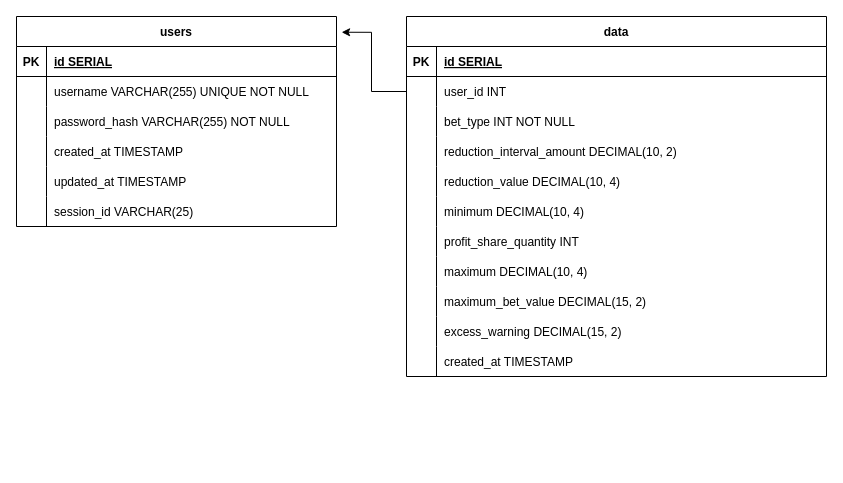
This is Untitled Diagram.drawio from wayneGoCode/drawio-diagrams, a draw.io file, before an edit. Source tidied: cells renumbered, new cells numbered last; positions are measured from the earlier drawing's top-left corner, leaving out a move shared by most shapes. Both pictures are drawn from the tidied source at 100%, with x=0, y=0 at pixel (16, 16).
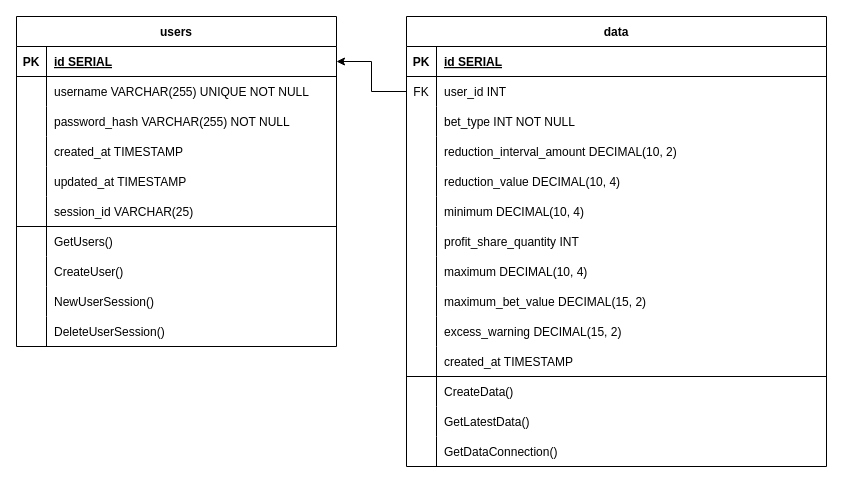
Above is the later version.

The change refers to these unchanged cells:
```xml
<mxCell id="3" style="shape=tableRow;horizontal=0;startSize=0;swimlaneHead=0;swimlaneBody=0;fillColor=none;points=[[0,0.5],[1,0.5]];portConstraint=eastwest;strokeColor=inherit;top=0;left=0;right=0;bottom=1;" parent="2" vertex="1">
  <mxGeometry y="30" width="320" height="30" as="geometry" />
</mxCell>
<mxCell id="25" style="shape=tableRow;horizontal=0;startSize=0;swimlaneHead=0;swimlaneBody=0;fillColor=none;points=[[0,0.5],[1,0.5]];portConstraint=eastwest;strokeColor=inherit;top=0;left=0;right=0;bottom=0;" parent="21" vertex="1">
  <mxGeometry y="60" width="420" height="30" as="geometry" />
</mxCell>
```

What changed in the source:
```diff
@@
     <mxCell id="2" value="users" style="shape=table;startSize=30;childLayout=tableLayout;rowLines=0;fontStyle=1;align=center;" parent="1" vertex="1">
-      <mxGeometry width="320" height="210" as="geometry" />
+      <mxGeometry width="320" height="330" as="geometry" />
     </mxCell>
@@
+    <mxCell id="56" style="shape=tableRow;horizontal=0;startSize=0;swimlaneHead=0;swimlaneBody=0;fillColor=none;strokeColor=inherit;top=0;left=0;right=0;bottom=0;" parent="2" vertex="1">
+      <mxGeometry y="180" width="320" height="30" as="geometry" />
+    </mxCell>
+    <mxCell id="57" style="shape=partialRectangle;overflow=hidden;fillColor=none;strokeColor=inherit;top=0;left=0;bottom=0;right=0;" parent="56" vertex="1">
+      <mxGeometry width="30" height="30" as="geometry" />
+    </mxCell>
+    <mxCell id="58" value="session_id VARCHAR(25)" style="shape=partialRectangle;overflow=hidden;fillColor=none;align=left;strokeColor=inherit;top=0;left=0;bottom=0;right=0;spacingLeft=6;" parent="56" vertex="1">
+      <mxGeometry x="30" width="290" height="30" as="geometry" />
+    </mxCell>
+    <mxCell id="59" style="shape=tableRow;horizontal=0;startSize=0;swimlaneHead=0;swimlaneBody=0;fillColor=none;strokeColor=default;top=1;left=0;right=0;bottom=0;perimeterSpacing=0;strokeWidth=1;" parent="2" vertex="1">
+      <mxGeometry y="210" width="320" height="30" as="geometry" />
+    </mxCell>
+    <mxCell id="60" style="shape=partialRectangle;overflow=hidden;fillColor=none;strokeColor=inherit;top=0;left=0;bottom=0;right=0;" parent="59" vertex="1">
+      <mxGeometry width="30" height="30" as="geometry" />
+    </mxCell>
+    <mxCell id="61" value="GetUsers()" style="shape=partialRectangle;overflow=hidden;fillColor=none;align=left;strokeColor=inherit;top=0;left=0;bottom=0;right=0;spacingLeft=6;shadow=0;" parent="59" vertex="1">
+      <mxGeometry x="30" width="290" height="30" as="geometry" />
+    </mxCell>
+    <mxCell id="62" style="shape=tableRow;horizontal=0;startSize=0;swimlaneHead=0;swimlaneBody=0;fillColor=none;strokeColor=inherit;top=0;left=0;right=0;bottom=0;" parent="2" vertex="1">
+      <mxGeometry y="240" width="320" height="30" as="geometry" />
+    </mxCell>
+    <mxCell id="63" style="shape=partialRectangle;overflow=hidden;fillColor=none;strokeColor=inherit;top=0;left=0;bottom=0;right=0;" parent="62" vertex="1">
+      <mxGeometry width="30" height="30" as="geometry" />
+    </mxCell>
+    <mxCell id="64" value="CreateUser()" style="shape=partialRectangle;overflow=hidden;fillColor=none;align=left;strokeColor=inherit;top=0;left=0;bottom=0;right=0;spacingLeft=6;" parent="62" vertex="1">
+      <mxGeometry x="30" width="290" height="30" as="geometry" />
+    </mxCell>
+    <mxCell id="65" style="shape=tableRow;horizontal=0;startSize=0;swimlaneHead=0;swimlaneBody=0;fillColor=none;strokeColor=inherit;top=0;left=0;right=0;bottom=0;" parent="2" vertex="1">
+      <mxGeometry y="270" width="320" height="30" as="geometry" />
+    </mxCell>
+    <mxCell id="66" style="shape=partialRectangle;overflow=hidden;fillColor=none;strokeColor=inherit;top=0;left=0;bottom=0;right=0;" parent="65" vertex="1">
+      <mxGeometry width="30" height="30" as="geometry" />
+    </mxCell>
+    <mxCell id="67" value="NewUserSession()" style="shape=partialRectangle;overflow=hidden;fillColor=none;align=left;strokeColor=inherit;top=0;left=0;bottom=0;right=0;spacingLeft=6;" parent="65" vertex="1">
+      <mxGeometry x="30" width="290" height="30" as="geometry" />
+    </mxCell>
     <mxCell id="18" style="shape=tableRow;horizontal=0;startSize=0;swimlaneHead=0;swimlaneBody=0;fillColor=none;strokeColor=inherit;top=0;left=0;right=0;bottom=0;" parent="2" vertex="1">
-      <mxGeometry y="180" width="320" height="30" as="geometry" />
+      <mxGeometry y="300" width="320" height="30" as="geometry" />
     </mxCell>
@@
-    <mxCell id="20" value="session_id VARCHAR(25)" style="shape=partialRectangle;overflow=hidden;fillColor=none;align=left;strokeColor=inherit;top=0;left=0;bottom=0;right=0;spacingLeft=6;" parent="18" vertex="1">
+    <mxCell id="20" value="DeleteUserSession()" style="shape=partialRectangle;overflow=hidden;fillColor=none;align=left;strokeColor=inherit;top=0;left=0;bottom=0;right=0;spacingLeft=6;" parent="18" vertex="1">
       <mxGeometry x="30" width="290" height="30" as="geometry" />
     </mxCell>
     <mxCell id="21" value="data" style="shape=table;startSize=30;childLayout=tableLayout;rowLines=0;fontStyle=1;align=center;" parent="1" vertex="1">
-      <mxGeometry x="390" width="420" height="360" as="geometry" />
+      <mxGeometry x="390" width="420" height="450" as="geometry" />
     </mxCell>
@@
-    <mxCell id="26" style="shape=partialRectangle;overflow=hidden;fillColor=none;strokeColor=inherit;top=0;left=0;bottom=0;right=0;" parent="25" vertex="1">
+    <mxCell id="26" value="FK" style="shape=partialRectangle;overflow=hidden;fillColor=none;strokeColor=inherit;top=0;left=0;bottom=0;right=0;" parent="25" vertex="1">
       <mxGeometry width="30" height="30" as="geometry" />
     </mxCell>
@@
+    <mxCell id="68" style="shape=tableRow;horizontal=0;startSize=0;swimlaneHead=0;swimlaneBody=0;fillColor=none;strokeColor=inherit;top=1;left=0;right=0;bottom=0;" parent="21" vertex="1">
+      <mxGeometry y="360" width="420" height="30" as="geometry" />
+    </mxCell>
+    <mxCell id="69" style="shape=partialRectangle;overflow=hidden;fillColor=none;strokeColor=inherit;top=0;left=0;bottom=0;right=0;" parent="68" vertex="1">
+      <mxGeometry width="30" height="30" as="geometry" />
+    </mxCell>
+    <mxCell id="70" value="CreateData()" style="shape=partialRectangle;overflow=hidden;fillColor=none;align=left;strokeColor=inherit;top=0;left=0;bottom=0;right=0;spacingLeft=6;" parent="68" vertex="1">
+      <mxGeometry x="30" width="390" height="30" as="geometry" />
+    </mxCell>
+    <mxCell id="71" style="shape=tableRow;horizontal=0;startSize=0;swimlaneHead=0;swimlaneBody=0;fillColor=none;strokeColor=inherit;top=0;left=0;right=0;bottom=0;" parent="21" vertex="1">
+      <mxGeometry y="390" width="420" height="30" as="geometry" />
+    </mxCell>
+    <mxCell id="72" style="shape=partialRectangle;overflow=hidden;fillColor=none;strokeColor=inherit;top=0;left=0;bottom=0;right=0;" parent="71" vertex="1">
+      <mxGeometry width="30" height="30" as="geometry" />
+    </mxCell>
+    <mxCell id="73" value="GetLatestData()" style="shape=partialRectangle;overflow=hidden;fillColor=none;align=left;strokeColor=inherit;top=0;left=0;bottom=0;right=0;spacingLeft=6;" parent="71" vertex="1">
+      <mxGeometry x="30" width="390" height="30" as="geometry" />
+    </mxCell>
+    <mxCell id="74" style="shape=tableRow;horizontal=0;startSize=0;swimlaneHead=0;swimlaneBody=0;fillColor=none;strokeColor=inherit;top=0;left=0;right=0;bottom=0;" parent="21" vertex="1">
+      <mxGeometry y="420" width="420" height="30" as="geometry" />
+    </mxCell>
+    <mxCell id="75" style="shape=partialRectangle;overflow=hidden;fillColor=none;strokeColor=inherit;top=0;left=0;bottom=0;right=0;" parent="74" vertex="1">
+      <mxGeometry width="30" height="30" as="geometry" />
+    </mxCell>
+    <mxCell id="76" value="GetDataConnection()" style="shape=partialRectangle;overflow=hidden;fillColor=none;align=left;strokeColor=inherit;top=0;left=0;bottom=0;right=0;spacingLeft=6;" parent="74" vertex="1">
+      <mxGeometry x="30" width="390" height="30" as="geometry" />
+    </mxCell>
-    <mxCell id="55" style="edgeStyle=orthogonalEdgeStyle;rounded=0;jettySize=auto;html=1;exitX=0;exitY=0.5;exitDx=0;exitDy=0;entryX=1.016;entryY=0.075;entryDx=0;entryDy=0;entryPerimeter=0;" parent="1" edge="1" source="25" target="2">
+    <mxCell id="55" style="edgeStyle=orthogonalEdgeStyle;rounded=0;jettySize=auto;html=1;exitX=0;exitY=0.5;exitDx=0;exitDy=0;entryX=1;entryY=0.5;entryDx=0;entryDy=0;" parent="1" edge="1" source="25" target="3">
       <mxGeometry relative="1" as="geometry" />
     </mxCell>
```
